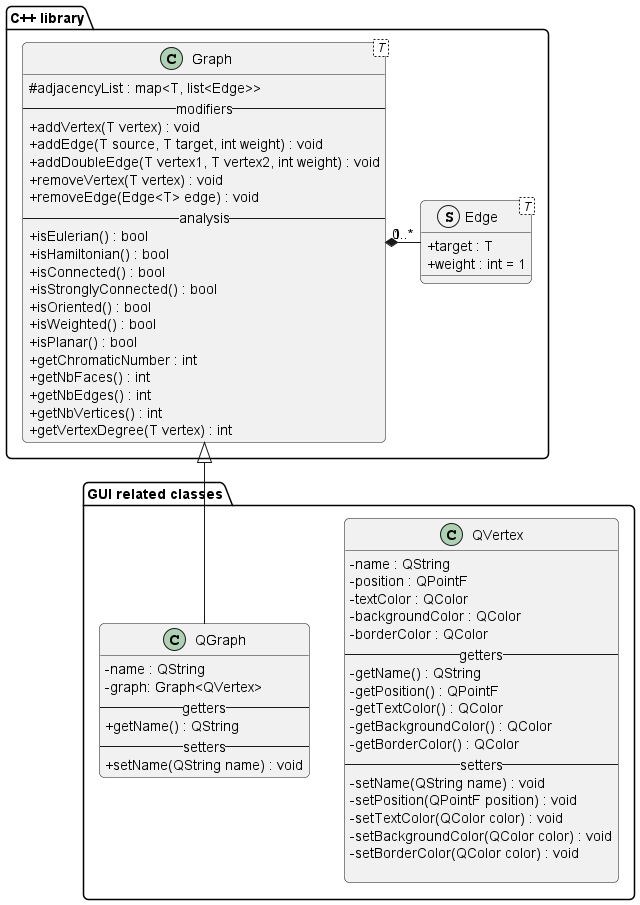
Earlier version of the PlantUML export docs/diagrams/class_diagram/class_diagram.v2.png (joflucki/graphpp).
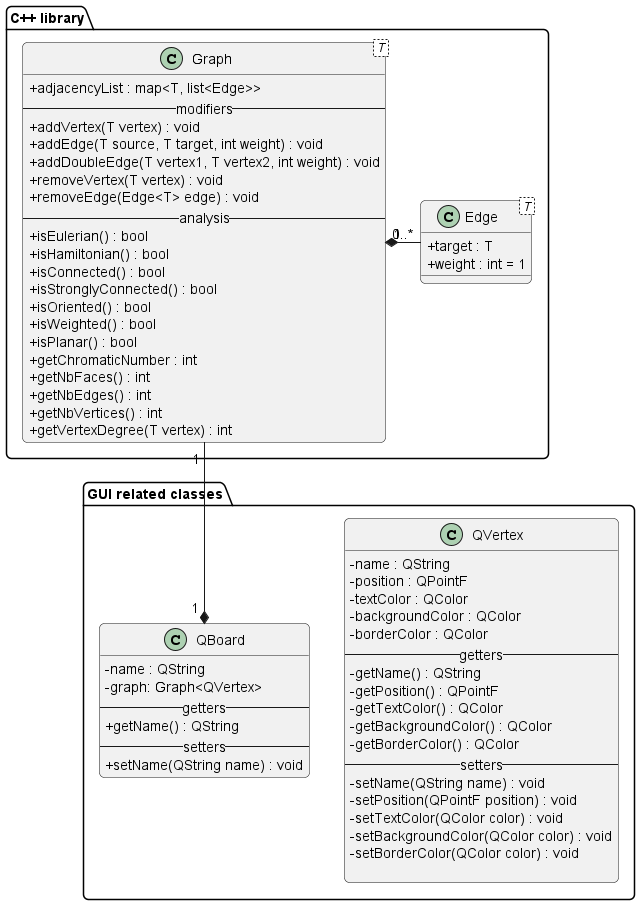
The same diagram one commit later.

Commit message:
Update class diagram

Change to the diagram source:
```diff
@@ -5,7 +5,7 @@
 }
 package "C++ library" {
     class "Graph< T >" as Graph {
-        #adjacencyList : map<T, list<Edge>>
+        +adjacencyList : map<T, list<Edge>>
         --modifiers--
         +addVertex(T vertex) : void
         +addEdge(T source, T target, int weight) : void
@@ -27,7 +27,7 @@
         +getVertexDegree(T vertex) : int
     }
 
-    struct Edge< T > {
+    class Edge< T > {
         +target : T
         +weight : int = 1
     }
@@ -56,7 +56,7 @@
         -setBorderColor(QColor color) : void
 
     }
-    class QGraph {
+    class QBoard {
         -name : QString
         -graph: Graph<QVertex>
         --getters--
@@ -69,7 +69,7 @@
 
 
 
-Graph <|-d- QGraph
+Graph "1 "-d-*"1 " QBoard
 
 
 
```
